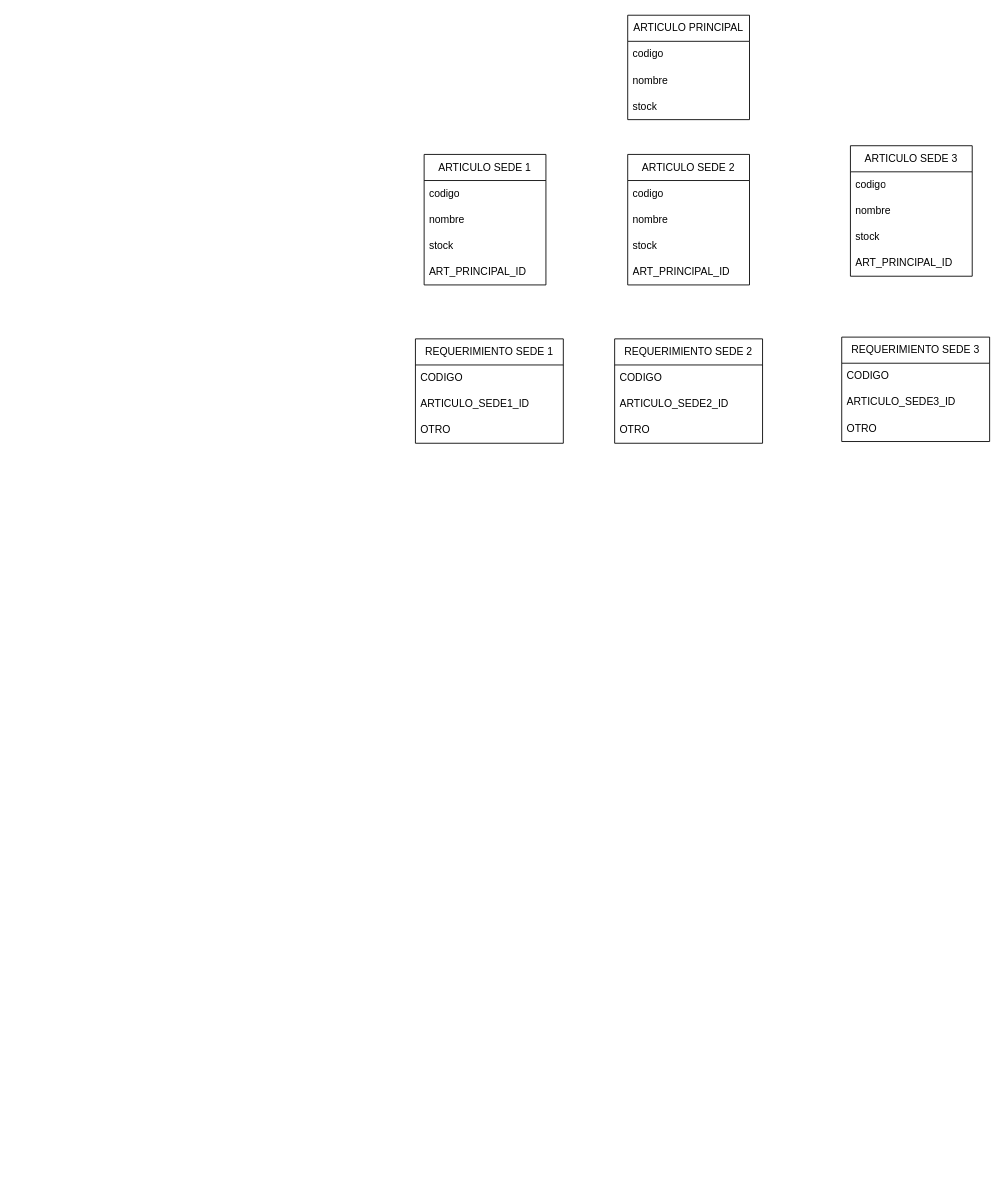
The draw.io diagram page "Página-1" (1 of 2) of Diagrama sin título.drawio in defcom20/reporte_diario_draw, before the edit. Source tidied: cells renumbered, new cells numbered last; positions are measured from the earlier drawing's top-left corner, leaving out a move shared by most shapes. Both pictures are drawn from the tidied source at 87%, with x=0, y=0 at pixel (415, 15).
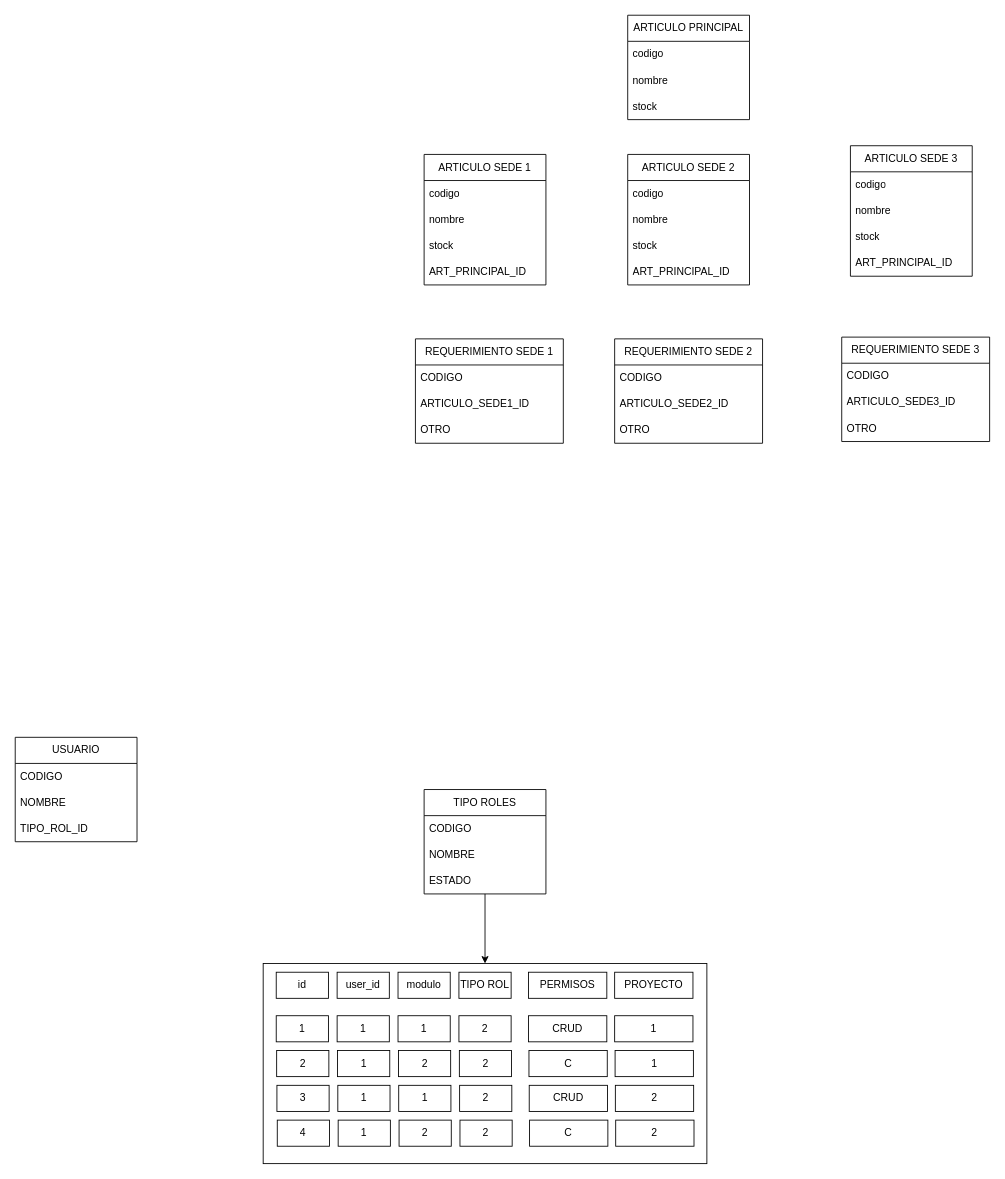
Above is the later version.

What changed in the source:
```diff
@@
+    <mxCell id="33" value="USUARIO" style="swimlane;fontStyle=0;horizontal=1;startSize=30;whiteSpace=wrap;html=1;" parent="1" vertex="1">
+      <mxGeometry x="-460" y="830" width="140" height="120" as="geometry" />
+    </mxCell>
+    <mxCell id="34" value="CODIGO" style="text;strokeColor=none;fillColor=none;align=left;verticalAlign=middle;spacingLeft=4;spacingRight=4;overflow=hidden;whiteSpace=wrap;html=1;" parent="33" vertex="1">
+      <mxGeometry y="30" width="140" height="30" as="geometry" />
+    </mxCell>
+    <mxCell id="35" value="NOMBRE" style="text;strokeColor=none;fillColor=none;align=left;verticalAlign=middle;spacingLeft=4;spacingRight=4;overflow=hidden;whiteSpace=wrap;html=1;" parent="33" vertex="1">
+      <mxGeometry y="60" width="140" height="30" as="geometry" />
+    </mxCell>
+    <mxCell id="36" value="TIPO_ROL_ID" style="text;strokeColor=none;fillColor=none;align=left;verticalAlign=middle;spacingLeft=4;spacingRight=4;overflow=hidden;whiteSpace=wrap;html=1;" parent="33" vertex="1">
+      <mxGeometry y="90" width="140" height="30" as="geometry" />
+    </mxCell>
+    <mxCell id="37" style="edgeStyle=orthogonalEdgeStyle;rounded=0;jettySize=auto;html=1;" parent="1" edge="1" source="38" target="42">
+      <mxGeometry relative="1" as="geometry" />
+    </mxCell>
+    <mxCell id="38" value="TIPO ROLES" style="swimlane;fontStyle=0;horizontal=1;startSize=30;whiteSpace=wrap;html=1;" parent="1" vertex="1">
+      <mxGeometry x="10" y="890" width="140" height="120" as="geometry" />
+    </mxCell>
+    <mxCell id="39" value="CODIGO" style="text;strokeColor=none;fillColor=none;align=left;verticalAlign=middle;spacingLeft=4;spacingRight=4;overflow=hidden;whiteSpace=wrap;html=1;" parent="38" vertex="1">
+      <mxGeometry y="30" width="140" height="30" as="geometry" />
+    </mxCell>
+    <mxCell id="40" value="NOMBRE" style="text;strokeColor=none;fillColor=none;align=left;verticalAlign=middle;spacingLeft=4;spacingRight=4;overflow=hidden;whiteSpace=wrap;html=1;" parent="38" vertex="1">
+      <mxGeometry y="60" width="140" height="30" as="geometry" />
+    </mxCell>
+    <mxCell id="41" value="ESTADO" style="text;strokeColor=none;fillColor=none;align=left;verticalAlign=middle;spacingLeft=4;spacingRight=4;overflow=hidden;whiteSpace=wrap;html=1;" parent="38" vertex="1">
+      <mxGeometry y="90" width="140" height="30" as="geometry" />
+    </mxCell>
+    <mxCell id="42" style="whiteSpace=wrap;html=1;fontStyle=0;startSize=30;" parent="1" vertex="1">
+      <mxGeometry x="-175" y="1090" width="510" height="230" as="geometry" />
+    </mxCell>
+    <mxCell id="43" value="id" style="rounded=0;whiteSpace=wrap;html=1;" parent="1" vertex="1">
+      <mxGeometry x="-160" y="1100" width="60" height="30" as="geometry" />
+    </mxCell>
+    <mxCell id="44" value="user_id" style="rounded=0;whiteSpace=wrap;html=1;" parent="1" vertex="1">
+      <mxGeometry x="-90" y="1100" width="60" height="30" as="geometry" />
+    </mxCell>
+    <mxCell id="45" value="modulo" style="rounded=0;whiteSpace=wrap;html=1;" parent="1" vertex="1">
+      <mxGeometry x="-20" y="1100" width="60" height="30" as="geometry" />
+    </mxCell>
+    <mxCell id="46" value="PERMISOS" style="rounded=0;whiteSpace=wrap;html=1;" parent="1" vertex="1">
+      <mxGeometry x="130" y="1100" width="90" height="30" as="geometry" />
+    </mxCell>
+    <mxCell id="47" value="1" style="rounded=0;whiteSpace=wrap;html=1;" parent="1" vertex="1">
+      <mxGeometry x="-160" y="1150" width="60" height="30" as="geometry" />
+    </mxCell>
+    <mxCell id="48" value="1" style="rounded=0;whiteSpace=wrap;html=1;" parent="1" vertex="1">
+      <mxGeometry x="-90" y="1150" width="60" height="30" as="geometry" />
+    </mxCell>
+    <mxCell id="49" value="1" style="rounded=0;whiteSpace=wrap;html=1;" parent="1" vertex="1">
+      <mxGeometry x="-20" y="1150" width="60" height="30" as="geometry" />
+    </mxCell>
+    <mxCell id="50" value="CRUD" style="rounded=0;whiteSpace=wrap;html=1;" parent="1" vertex="1">
+      <mxGeometry x="130" y="1150" width="90" height="30" as="geometry" />
+    </mxCell>
+    <mxCell id="51" value="TIPO ROL" style="rounded=0;whiteSpace=wrap;html=1;" parent="1" vertex="1">
+      <mxGeometry x="50" y="1100" width="60" height="30" as="geometry" />
+    </mxCell>
+    <mxCell id="52" value="2" style="rounded=0;whiteSpace=wrap;html=1;" parent="1" vertex="1">
+      <mxGeometry x="50" y="1150" width="60" height="30" as="geometry" />
+    </mxCell>
+    <mxCell id="53" value="PROYECTO" style="rounded=0;whiteSpace=wrap;html=1;" parent="1" vertex="1">
+      <mxGeometry x="229" y="1100" width="90" height="30" as="geometry" />
+    </mxCell>
+    <mxCell id="54" value="1" style="rounded=0;whiteSpace=wrap;html=1;" parent="1" vertex="1">
+      <mxGeometry x="229" y="1150" width="90" height="30" as="geometry" />
+    </mxCell>
+    <mxCell id="55" value="2" style="rounded=0;whiteSpace=wrap;html=1;" parent="1" vertex="1">
+      <mxGeometry x="-159.5" y="1190" width="60" height="30" as="geometry" />
+    </mxCell>
+    <mxCell id="56" value="1" style="rounded=0;whiteSpace=wrap;html=1;" parent="1" vertex="1">
+      <mxGeometry x="-89.5" y="1190" width="60" height="30" as="geometry" />
+    </mxCell>
+    <mxCell id="57" value="2" style="rounded=0;whiteSpace=wrap;html=1;" parent="1" vertex="1">
+      <mxGeometry x="-19.5" y="1190" width="60" height="30" as="geometry" />
+    </mxCell>
+    <mxCell id="58" value="C" style="rounded=0;whiteSpace=wrap;html=1;" parent="1" vertex="1">
+      <mxGeometry x="130.5" y="1190" width="90" height="30" as="geometry" />
+    </mxCell>
+    <mxCell id="59" value="2" style="rounded=0;whiteSpace=wrap;html=1;" parent="1" vertex="1">
+      <mxGeometry x="50.5" y="1190" width="60" height="30" as="geometry" />
+    </mxCell>
+    <mxCell id="60" value="1" style="rounded=0;whiteSpace=wrap;html=1;" parent="1" vertex="1">
+      <mxGeometry x="229.5" y="1190" width="90" height="30" as="geometry" />
+    </mxCell>
+    <mxCell id="61" value="3" style="rounded=0;whiteSpace=wrap;html=1;" parent="1" vertex="1">
+      <mxGeometry x="-159.2" y="1230" width="60" height="30" as="geometry" />
+    </mxCell>
+    <mxCell id="62" value="1" style="rounded=0;whiteSpace=wrap;html=1;" parent="1" vertex="1">
+      <mxGeometry x="-89.2" y="1230" width="60" height="30" as="geometry" />
+    </mxCell>
+    <mxCell id="63" value="1" style="rounded=0;whiteSpace=wrap;html=1;" parent="1" vertex="1">
+      <mxGeometry x="-19.2" y="1230" width="60" height="30" as="geometry" />
+    </mxCell>
+    <mxCell id="64" value="CRUD" style="rounded=0;whiteSpace=wrap;html=1;" parent="1" vertex="1">
+      <mxGeometry x="130.8" y="1230" width="90" height="30" as="geometry" />
+    </mxCell>
+    <mxCell id="65" value="2" style="rounded=0;whiteSpace=wrap;html=1;" parent="1" vertex="1">
+      <mxGeometry x="50.8" y="1230" width="60" height="30" as="geometry" />
+    </mxCell>
+    <mxCell id="66" value="2" style="rounded=0;whiteSpace=wrap;html=1;" parent="1" vertex="1">
+      <mxGeometry x="229.8" y="1230" width="90" height="30" as="geometry" />
+    </mxCell>
+    <mxCell id="67" value="4" style="rounded=0;whiteSpace=wrap;html=1;" parent="1" vertex="1">
+      <mxGeometry x="-158.8" y="1270" width="60" height="30" as="geometry" />
+    </mxCell>
+    <mxCell id="68" value="1" style="rounded=0;whiteSpace=wrap;html=1;" parent="1" vertex="1">
+      <mxGeometry x="-88.8" y="1270" width="60" height="30" as="geometry" />
+    </mxCell>
+    <mxCell id="69" value="2" style="rounded=0;whiteSpace=wrap;html=1;" parent="1" vertex="1">
+      <mxGeometry x="-18.8" y="1270" width="60" height="30" as="geometry" />
+    </mxCell>
+    <mxCell id="70" value="C" style="rounded=0;whiteSpace=wrap;html=1;" parent="1" vertex="1">
+      <mxGeometry x="131.2" y="1270" width="90" height="30" as="geometry" />
+    </mxCell>
+    <mxCell id="71" value="2" style="rounded=0;whiteSpace=wrap;html=1;" parent="1" vertex="1">
+      <mxGeometry x="51.2" y="1270" width="60" height="30" as="geometry" />
+    </mxCell>
+    <mxCell id="72" value="2" style="rounded=0;whiteSpace=wrap;html=1;" parent="1" vertex="1">
+      <mxGeometry x="230.2" y="1270" width="90" height="30" as="geometry" />
+    </mxCell>
```
